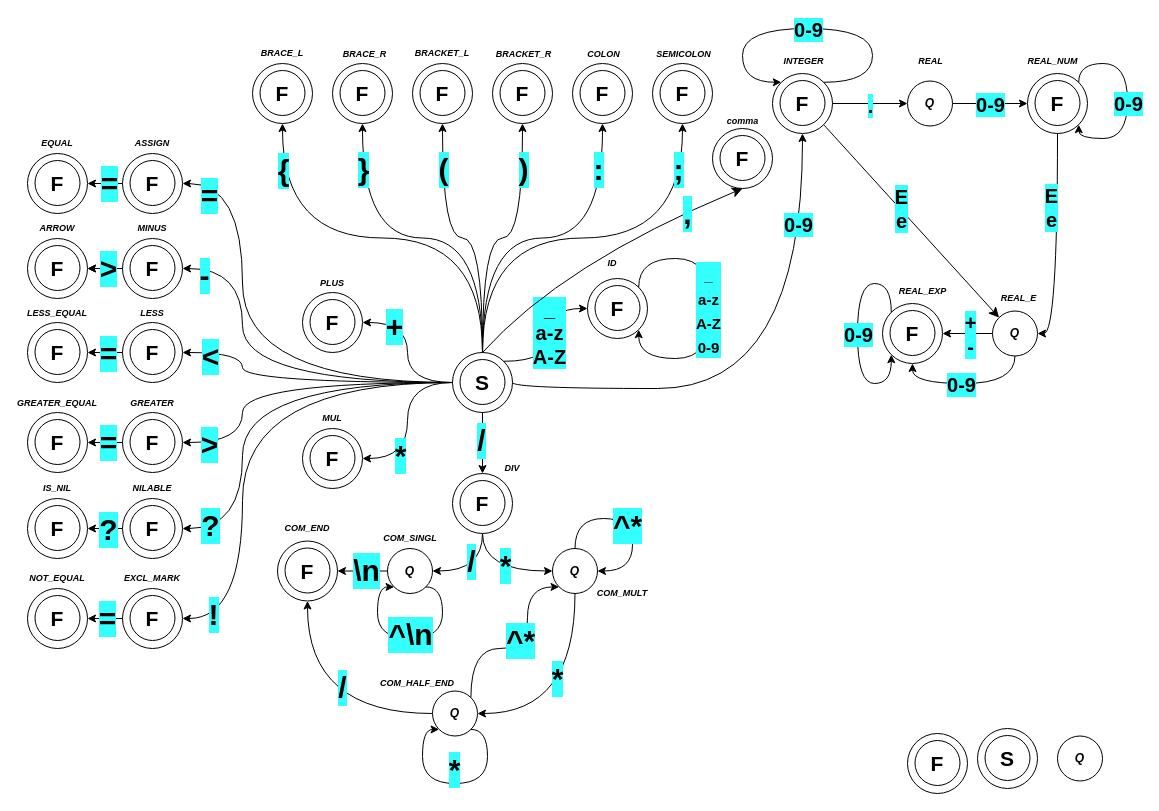
Earlier version of the draw.io diagram lexer.drawio (xshche05/IFJ-2023-project-compiler). Source tidied: cells renumbered, new cells numbered last; positions are measured from the earlier drawing's top-left corner, leaving out a move shared by most shapes. Both pictures are drawn from the tidied source at 100%, with x=0, y=0 at pixel (27, 28).
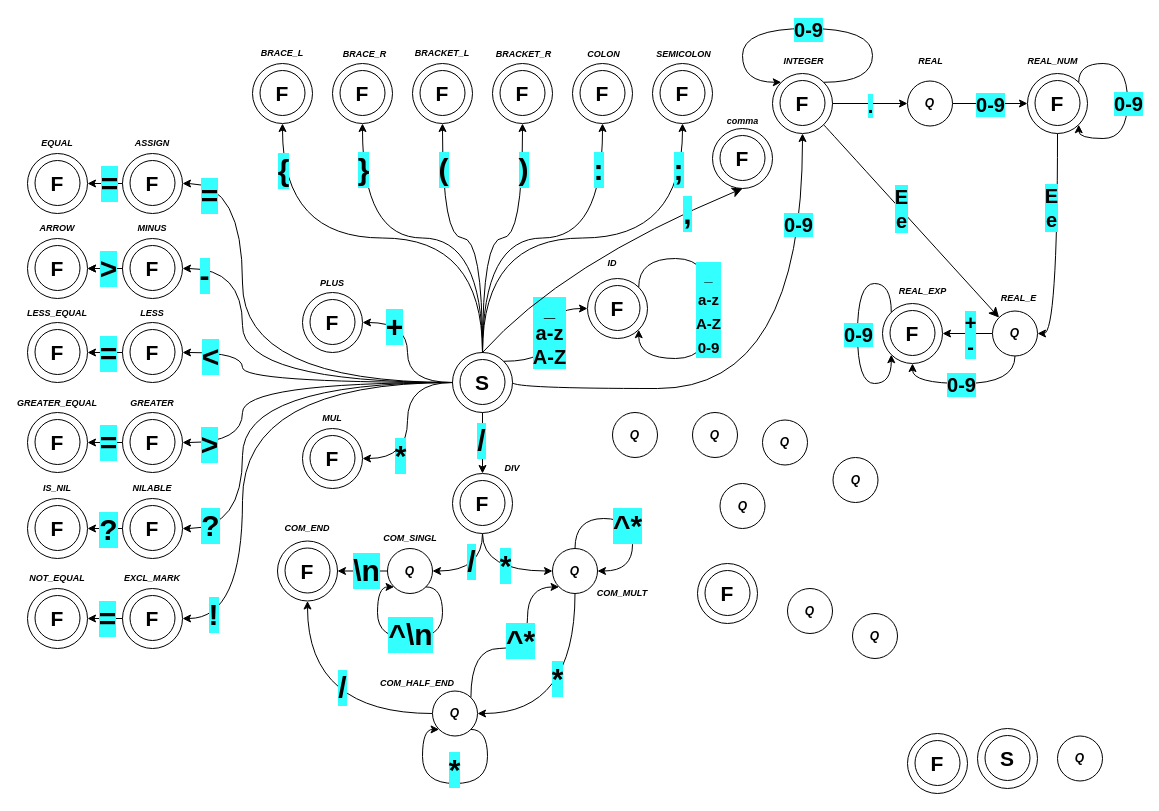
The same page after the edit.

Diff of the diagram source:
```diff
@@
+    <mxCell id="247" value="&lt;b&gt;&lt;i&gt;Q&lt;/i&gt;&lt;/b&gt;" style="ellipse;whiteSpace=wrap;html=1;" parent="1" vertex="1">
+      <mxGeometry x="585" y="384" width="45" height="45" as="geometry" />
+    </mxCell>
+    <mxCell id="248" value="&lt;b&gt;&lt;i&gt;Q&lt;/i&gt;&lt;/b&gt;" style="ellipse;whiteSpace=wrap;html=1;" parent="1" vertex="1">
+      <mxGeometry x="665" y="384" width="45" height="45" as="geometry" />
+    </mxCell>
+    <mxCell id="249" value="&lt;b&gt;&lt;i&gt;Q&lt;/i&gt;&lt;/b&gt;" style="ellipse;whiteSpace=wrap;html=1;" parent="1" vertex="1">
+      <mxGeometry x="735" y="391.5" width="45" height="45" as="geometry" />
+    </mxCell>
+    <mxCell id="250" value="&lt;b&gt;&lt;i&gt;Q&lt;/i&gt;&lt;/b&gt;" style="ellipse;whiteSpace=wrap;html=1;" parent="1" vertex="1">
+      <mxGeometry x="805.5" y="429" width="45" height="45" as="geometry" />
+    </mxCell>
+    <mxCell id="251" value="&lt;b&gt;&lt;i&gt;Q&lt;/i&gt;&lt;/b&gt;" style="ellipse;whiteSpace=wrap;html=1;" parent="1" vertex="1">
+      <mxGeometry x="692.5" y="455" width="45" height="45" as="geometry" />
+    </mxCell>
+    <mxCell id="252" style="group;" parent="1" vertex="1">
+      <mxGeometry x="670" y="535" width="60" height="60" as="geometry" />
+    </mxCell>
+    <mxCell id="253" style="ellipse;whiteSpace=wrap;html=1;" parent="252" vertex="1">
+      <mxGeometry width="60" height="60" as="geometry" />
+    </mxCell>
+    <mxCell id="254" style="ellipse;whiteSpace=wrap;html=1;" parent="252" vertex="1">
+      <mxGeometry x="7.5" y="7" width="45" height="45" as="geometry" />
+    </mxCell>
+    <mxCell id="255" value="&lt;span style=&quot;font-size: 21px;&quot;&gt;&lt;b&gt;F&lt;/b&gt;&lt;/span&gt;" style="text;html=1;strokeColor=none;fillColor=none;align=center;verticalAlign=middle;whiteSpace=wrap;rounded=0;" parent="252" vertex="1">
+      <mxGeometry y="15" width="60" height="30" as="geometry" />
+    </mxCell>
+    <mxCell id="256" value="&lt;b&gt;&lt;i&gt;Q&lt;/i&gt;&lt;/b&gt;" style="ellipse;whiteSpace=wrap;html=1;" parent="1" vertex="1">
+      <mxGeometry x="760" y="560" width="45" height="45" as="geometry" />
+    </mxCell>
+    <mxCell id="257" value="&lt;b&gt;&lt;i&gt;Q&lt;/i&gt;&lt;/b&gt;" style="ellipse;whiteSpace=wrap;html=1;" parent="1" vertex="1">
+      <mxGeometry x="825" y="585" width="45" height="45" as="geometry" />
+    </mxCell>
```
